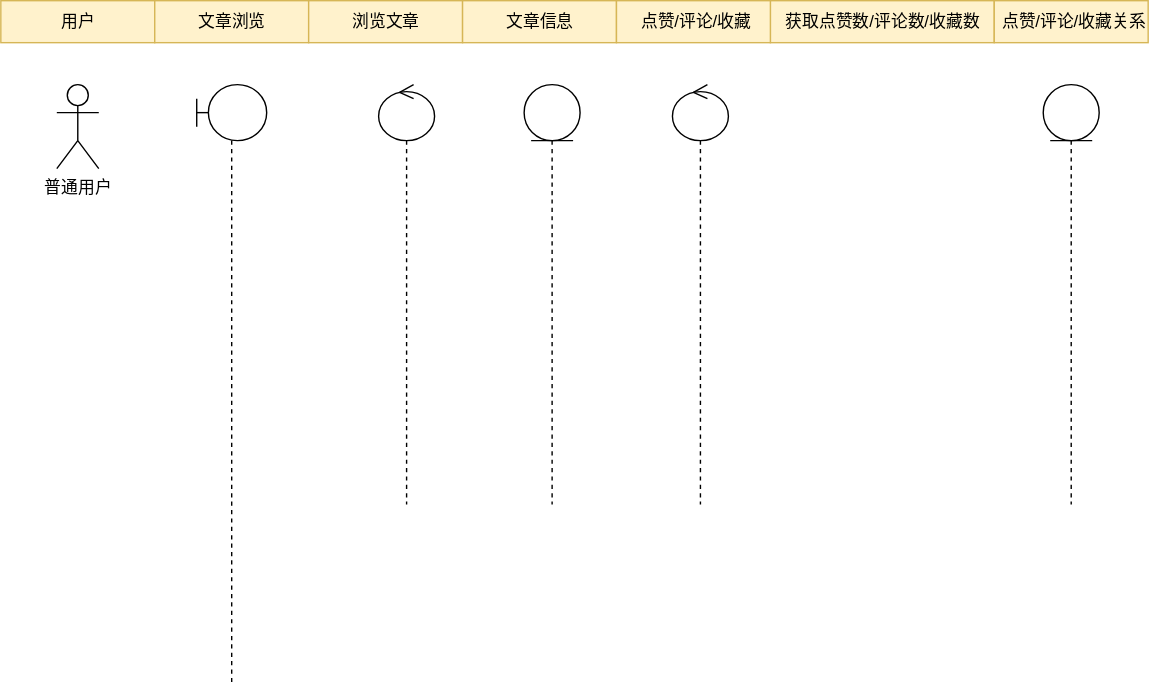
Earlier version of the draw.io export 文章浏览序列图.drawio.svg (WuShangMo/SquidGame1). Source tidied: cells renumbered, new cells last; positions are measured from the earlier drawing's top-left corner, leaving out a move shared by most shapes.
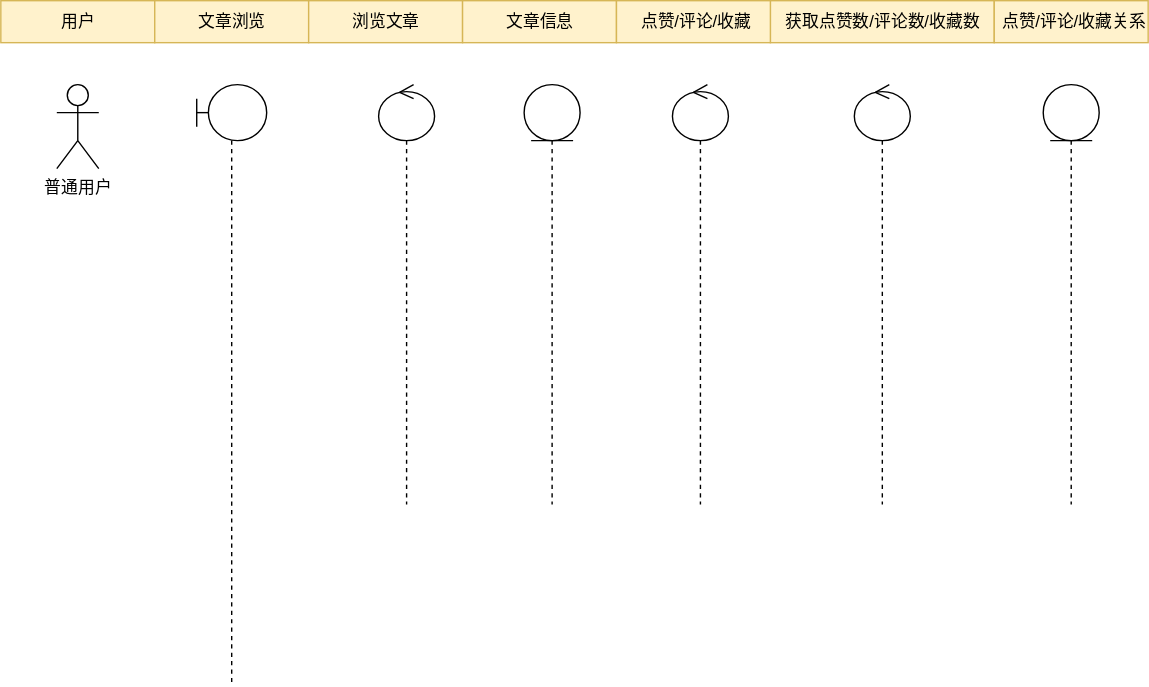
The same diagram one commit later.

Commit message:
更新文章浏览序列图.drawio.svg

Diff of the diagram source:
```diff
@@ -41,5 +41,8 @@
     <mxCell id="14" style="shape=umlLifeline;participant=umlEntity;perimeter=lifelinePerimeter;whiteSpace=wrap;html=1;verticalAlign=top;spacingTop=36;" parent="1" vertex="1">
       <mxGeometry x="745" y="60" width="40" height="300" as="geometry" />
     </mxCell>
+    <mxCell id="15" style="shape=umlLifeline;participant=umlControl;perimeter=lifelinePerimeter;whiteSpace=wrap;html=1;verticalAlign=top;spacingTop=36;" parent="1" vertex="1">
+      <mxGeometry x="610" y="60" width="40" height="300" as="geometry" />
+    </mxCell>
   </root>
 </mxGraphModel>
```
